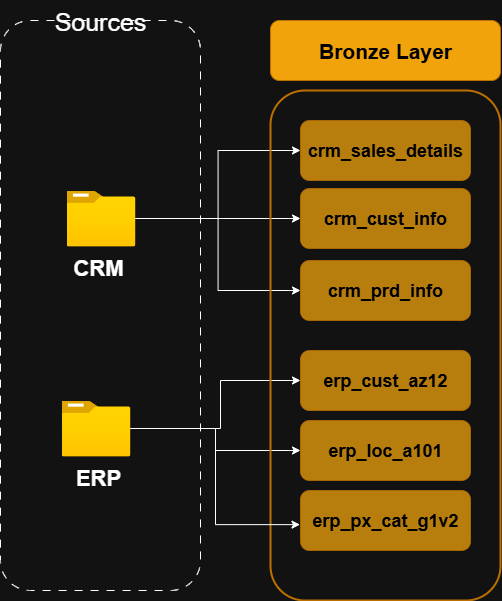
Above: docs/data_flow_chart.png in Jabbott83/sql-data-warehouse-project (draw.io), before the change. Source tidied: cells renumbered, new cells last; positions are measured from the earlier drawing's top-left corner, leaving out a move shared by most shapes. Source of this version:
```xml
<mxGraphModel>
  <root>
    <mxCell id="0" />
    <mxCell id="1" parent="0" />
    <mxCell id="2" style="rounded=1;whiteSpace=wrap;html=1;dashed=1;dashPattern=8 8;fillColor=none;" parent="1" vertex="1">
      <mxGeometry y="20" width="200" height="570" as="geometry" />
    </mxCell>
    <mxCell id="3" value="&lt;font style=&quot;font-size: 25px;&quot;&gt;Sources&lt;/font&gt;" style="text;html=1;align=center;verticalAlign=middle;whiteSpace=wrap;rounded=0;" parent="1" vertex="1">
      <mxGeometry x="45" width="110" height="40" as="geometry" />
    </mxCell>
    <mxCell id="4" style="edgeStyle=orthogonalEdgeStyle;rounded=0;jettySize=auto;html=1;entryX=0;entryY=0.5;entryDx=0;entryDy=0;" parent="1" edge="1" source="7" target="16">
      <mxGeometry relative="1" as="geometry" />
    </mxCell>
    <mxCell id="5" style="edgeStyle=orthogonalEdgeStyle;rounded=0;jettySize=auto;html=1;entryX=0;entryY=0.5;entryDx=0;entryDy=0;" parent="1" edge="1" source="7" target="15">
      <mxGeometry relative="1" as="geometry" />
    </mxCell>
    <mxCell id="6" style="edgeStyle=orthogonalEdgeStyle;rounded=0;jettySize=auto;html=1;entryX=0;entryY=0.5;entryDx=0;entryDy=0;" parent="1" edge="1" source="7" target="17">
      <mxGeometry relative="1" as="geometry" />
    </mxCell>
    <mxCell id="7" style="image;html=1;points=[];align=center;fontSize=12;image=img/lib/azure2/general/Folder_Blank.svg;" parent="1" vertex="1">
      <mxGeometry x="66" y="190" width="69" height="56" as="geometry" />
    </mxCell>
    <mxCell id="8" style="edgeStyle=orthogonalEdgeStyle;rounded=0;jettySize=auto;html=1;entryX=0;entryY=0.5;entryDx=0;entryDy=0;" parent="1" edge="1" source="10" target="18">
      <mxGeometry relative="1" as="geometry">
        <Array as="points">
          <mxPoint x="220" y="428" />
          <mxPoint x="220" y="380" />
        </Array>
      </mxGeometry>
    </mxCell>
    <mxCell id="9" style="edgeStyle=orthogonalEdgeStyle;rounded=0;jettySize=auto;html=1;entryX=0;entryY=0.5;entryDx=0;entryDy=0;" parent="1" edge="1" source="10" target="19">
      <mxGeometry relative="1" as="geometry" />
    </mxCell>
    <mxCell id="10" style="image;html=1;points=[];align=center;fontSize=12;image=img/lib/azure2/general/Folder_Blank.svg;" parent="1" vertex="1">
      <mxGeometry x="61" y="400" width="69" height="56" as="geometry" />
    </mxCell>
    <mxCell id="11" value="&lt;font style=&quot;font-size: 22px;&quot;&gt;&lt;b&gt;CRM&lt;/b&gt;&lt;/font&gt;" style="text;html=1;align=center;verticalAlign=middle;whiteSpace=wrap;rounded=0;" parent="1" vertex="1">
      <mxGeometry x="61" y="246" width="74" height="44" as="geometry" />
    </mxCell>
    <mxCell id="12" value="&lt;font style=&quot;font-size: 22px;&quot;&gt;&lt;b&gt;ERP&lt;/b&gt;&lt;/font&gt;" style="text;html=1;align=center;verticalAlign=middle;whiteSpace=wrap;rounded=0;" parent="1" vertex="1">
      <mxGeometry x="61" y="456" width="74" height="44" as="geometry" />
    </mxCell>
    <mxCell id="13" value="&lt;b&gt;&lt;font style=&quot;font-size: 21px;&quot;&gt;Bronze Layer&lt;/font&gt;&lt;/b&gt;" style="rounded=1;whiteSpace=wrap;html=1;fillColor=#f0a30a;fontColor=#000000;strokeColor=#BD7000;" parent="1" vertex="1">
      <mxGeometry x="270" y="20" width="230" height="60" as="geometry" />
    </mxCell>
    <mxCell id="14" style="rounded=1;whiteSpace=wrap;html=1;fillColor=none;fontColor=#000000;strokeColor=#BD7000;strokeWidth=2;" parent="1" vertex="1">
      <mxGeometry x="270" y="90" width="230" height="510" as="geometry" />
    </mxCell>
    <mxCell id="15" value="&lt;b style=&quot;&quot;&gt;&lt;font style=&quot;font-size: 18px; color: rgb(0, 0, 0);&quot;&gt;crm_sales_details&lt;/font&gt;&lt;/b&gt;" style="rounded=1;whiteSpace=wrap;html=1;fillColor=#f0a30a;fontColor=#000000;strokeColor=#BD7000;fillStyle=auto;opacity=75;" parent="1" vertex="1">
      <mxGeometry x="300" y="120" width="170" height="60" as="geometry" />
    </mxCell>
    <mxCell id="16" value="&lt;font color=&quot;#000000&quot;&gt;&lt;span style=&quot;font-size: 18px;&quot;&gt;&lt;b&gt;crm_cust_info&lt;/b&gt;&lt;/span&gt;&lt;/font&gt;" style="rounded=1;whiteSpace=wrap;html=1;fillColor=#f0a30a;fontColor=#000000;strokeColor=#BD7000;fillStyle=auto;opacity=75;" parent="1" vertex="1">
      <mxGeometry x="300" y="188" width="170" height="60" as="geometry" />
    </mxCell>
    <mxCell id="17" value="&lt;b style=&quot;&quot;&gt;&lt;font style=&quot;font-size: 18px; color: rgb(0, 0, 0);&quot;&gt;crm_prd_info&lt;/font&gt;&lt;/b&gt;" style="rounded=1;whiteSpace=wrap;html=1;fillColor=#f0a30a;fontColor=#000000;strokeColor=#BD7000;fillStyle=auto;opacity=75;" parent="1" vertex="1">
      <mxGeometry x="300" y="260" width="170" height="60" as="geometry" />
    </mxCell>
    <mxCell id="18" value="&lt;b style=&quot;&quot;&gt;&lt;font style=&quot;font-size: 18px; color: rgb(0, 0, 0);&quot;&gt;erp_cust_az12&lt;/font&gt;&lt;/b&gt;" style="rounded=1;whiteSpace=wrap;html=1;fillColor=#f0a30a;fontColor=#000000;strokeColor=#BD7000;fillStyle=auto;opacity=75;" parent="1" vertex="1">
      <mxGeometry x="300" y="350" width="170" height="60" as="geometry" />
    </mxCell>
    <mxCell id="19" value="&lt;b style=&quot;&quot;&gt;&lt;font style=&quot;font-size: 18px; color: rgb(0, 0, 0);&quot;&gt;erp_loc_a101&lt;/font&gt;&lt;/b&gt;" style="rounded=1;whiteSpace=wrap;html=1;fillColor=#f0a30a;fontColor=#000000;strokeColor=#BD7000;fillStyle=auto;opacity=75;" parent="1" vertex="1">
      <mxGeometry x="300" y="420" width="170" height="60" as="geometry" />
    </mxCell>
    <mxCell id="20" value="&lt;b style=&quot;&quot;&gt;&lt;font style=&quot;font-size: 18px; color: rgb(0, 0, 0);&quot;&gt;erp_px_cat_g1v2&lt;/font&gt;&lt;/b&gt;" style="rounded=1;whiteSpace=wrap;html=1;fillColor=#f0a30a;fontColor=#000000;strokeColor=#BD7000;fillStyle=auto;opacity=75;" parent="1" vertex="1">
      <mxGeometry x="300" y="490" width="170" height="60" as="geometry" />
    </mxCell>
    <mxCell id="21" style="edgeStyle=orthogonalEdgeStyle;rounded=0;jettySize=auto;html=1;entryX=-0.003;entryY=0.569;entryDx=0;entryDy=0;entryPerimeter=0;" parent="1" edge="1" source="10" target="20">
      <mxGeometry relative="1" as="geometry" />
    </mxCell>
  </root>
</mxGraphModel>
```
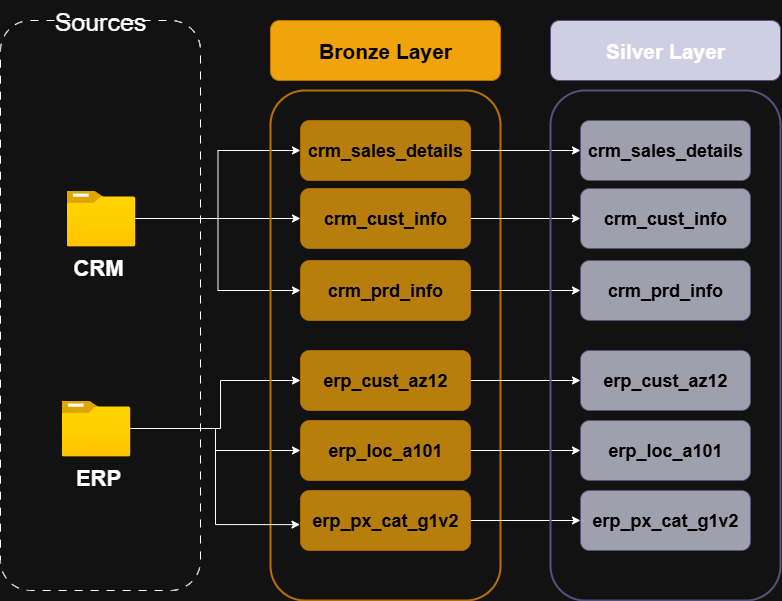
Later version of the same file.

What changed in the source:
```diff
@@ -46,26 +46,68 @@
     <mxCell id="14" style="rounded=1;whiteSpace=wrap;html=1;fillColor=none;fontColor=#000000;strokeColor=#BD7000;strokeWidth=2;" parent="1" vertex="1">
       <mxGeometry x="270" y="90" width="230" height="510" as="geometry" />
     </mxCell>
+    <mxCell id="22" style="edgeStyle=orthogonalEdgeStyle;rounded=0;jettySize=auto;html=1;entryX=0;entryY=0.5;entryDx=0;entryDy=0;" parent="1" edge="1" source="15" target="30">
+      <mxGeometry relative="1" as="geometry" />
+    </mxCell>
     <mxCell id="15" value="&lt;b style=&quot;&quot;&gt;&lt;font style=&quot;font-size: 18px; color: rgb(0, 0, 0);&quot;&gt;crm_sales_details&lt;/font&gt;&lt;/b&gt;" style="rounded=1;whiteSpace=wrap;html=1;fillColor=#f0a30a;fontColor=#000000;strokeColor=#BD7000;fillStyle=auto;opacity=75;" parent="1" vertex="1">
       <mxGeometry x="300" y="120" width="170" height="60" as="geometry" />
     </mxCell>
+    <mxCell id="23" style="edgeStyle=orthogonalEdgeStyle;rounded=0;jettySize=auto;html=1;entryX=0;entryY=0.5;entryDx=0;entryDy=0;" parent="1" edge="1" source="16" target="31">
+      <mxGeometry relative="1" as="geometry" />
+    </mxCell>
     <mxCell id="16" value="&lt;font color=&quot;#000000&quot;&gt;&lt;span style=&quot;font-size: 18px;&quot;&gt;&lt;b&gt;crm_cust_info&lt;/b&gt;&lt;/span&gt;&lt;/font&gt;" style="rounded=1;whiteSpace=wrap;html=1;fillColor=#f0a30a;fontColor=#000000;strokeColor=#BD7000;fillStyle=auto;opacity=75;" parent="1" vertex="1">
       <mxGeometry x="300" y="188" width="170" height="60" as="geometry" />
     </mxCell>
+    <mxCell id="24" style="edgeStyle=orthogonalEdgeStyle;rounded=0;jettySize=auto;html=1;" parent="1" edge="1" source="17" target="32">
+      <mxGeometry relative="1" as="geometry" />
+    </mxCell>
     <mxCell id="17" value="&lt;b style=&quot;&quot;&gt;&lt;font style=&quot;font-size: 18px; color: rgb(0, 0, 0);&quot;&gt;crm_prd_info&lt;/font&gt;&lt;/b&gt;" style="rounded=1;whiteSpace=wrap;html=1;fillColor=#f0a30a;fontColor=#000000;strokeColor=#BD7000;fillStyle=auto;opacity=75;" parent="1" vertex="1">
       <mxGeometry x="300" y="260" width="170" height="60" as="geometry" />
     </mxCell>
+    <mxCell id="25" style="edgeStyle=orthogonalEdgeStyle;rounded=0;jettySize=auto;html=1;entryX=0;entryY=0.5;entryDx=0;entryDy=0;" parent="1" edge="1" source="18" target="33">
+      <mxGeometry relative="1" as="geometry" />
+    </mxCell>
     <mxCell id="18" value="&lt;b style=&quot;&quot;&gt;&lt;font style=&quot;font-size: 18px; color: rgb(0, 0, 0);&quot;&gt;erp_cust_az12&lt;/font&gt;&lt;/b&gt;" style="rounded=1;whiteSpace=wrap;html=1;fillColor=#f0a30a;fontColor=#000000;strokeColor=#BD7000;fillStyle=auto;opacity=75;" parent="1" vertex="1">
       <mxGeometry x="300" y="350" width="170" height="60" as="geometry" />
     </mxCell>
+    <mxCell id="26" style="edgeStyle=orthogonalEdgeStyle;rounded=0;jettySize=auto;html=1;" parent="1" edge="1" source="19" target="34">
+      <mxGeometry relative="1" as="geometry" />
+    </mxCell>
     <mxCell id="19" value="&lt;b style=&quot;&quot;&gt;&lt;font style=&quot;font-size: 18px; color: rgb(0, 0, 0);&quot;&gt;erp_loc_a101&lt;/font&gt;&lt;/b&gt;" style="rounded=1;whiteSpace=wrap;html=1;fillColor=#f0a30a;fontColor=#000000;strokeColor=#BD7000;fillStyle=auto;opacity=75;" parent="1" vertex="1">
       <mxGeometry x="300" y="420" width="170" height="60" as="geometry" />
     </mxCell>
+    <mxCell id="27" style="edgeStyle=orthogonalEdgeStyle;rounded=0;jettySize=auto;html=1;entryX=0;entryY=0.5;entryDx=0;entryDy=0;" parent="1" edge="1" source="20" target="35">
+      <mxGeometry relative="1" as="geometry" />
+    </mxCell>
     <mxCell id="20" value="&lt;b style=&quot;&quot;&gt;&lt;font style=&quot;font-size: 18px; color: rgb(0, 0, 0);&quot;&gt;erp_px_cat_g1v2&lt;/font&gt;&lt;/b&gt;" style="rounded=1;whiteSpace=wrap;html=1;fillColor=#f0a30a;fontColor=#000000;strokeColor=#BD7000;fillStyle=auto;opacity=75;" parent="1" vertex="1">
       <mxGeometry x="300" y="490" width="170" height="60" as="geometry" />
     </mxCell>
     <mxCell id="21" style="edgeStyle=orthogonalEdgeStyle;rounded=0;jettySize=auto;html=1;entryX=-0.003;entryY=0.569;entryDx=0;entryDy=0;entryPerimeter=0;" parent="1" edge="1" source="10" target="20">
       <mxGeometry relative="1" as="geometry" />
     </mxCell>
+    <mxCell id="28" value="&lt;b&gt;&lt;font style=&quot;font-size: 21px;&quot;&gt;Silver Layer&lt;/font&gt;&lt;/b&gt;" style="rounded=1;whiteSpace=wrap;html=1;fillColor=#d0cee2;strokeColor=#56517e;" parent="1" vertex="1">
+      <mxGeometry x="550" y="20" width="230" height="60" as="geometry" />
+    </mxCell>
+    <mxCell id="29" style="rounded=1;whiteSpace=wrap;html=1;fillColor=none;strokeColor=#56517e;strokeWidth=2;" parent="1" vertex="1">
+      <mxGeometry x="550" y="90" width="230" height="510" as="geometry" />
+    </mxCell>
+    <mxCell id="30" value="&lt;b style=&quot;&quot;&gt;&lt;font style=&quot;font-size: 18px; color: rgb(0, 0, 0);&quot;&gt;crm_sales_details&lt;/font&gt;&lt;/b&gt;" style="rounded=1;whiteSpace=wrap;html=1;fillColor=#d0cee2;strokeColor=#56517e;fillStyle=auto;opacity=75;" parent="1" vertex="1">
+      <mxGeometry x="580" y="120" width="170" height="60" as="geometry" />
+    </mxCell>
+    <mxCell id="31" value="&lt;font color=&quot;#000000&quot;&gt;&lt;span style=&quot;font-size: 18px;&quot;&gt;&lt;b&gt;crm_cust_info&lt;/b&gt;&lt;/span&gt;&lt;/font&gt;" style="rounded=1;whiteSpace=wrap;html=1;fillColor=#d0cee2;strokeColor=#56517e;fillStyle=auto;opacity=75;" parent="1" vertex="1">
+      <mxGeometry x="580" y="188" width="170" height="60" as="geometry" />
+    </mxCell>
+    <mxCell id="32" value="&lt;b style=&quot;&quot;&gt;&lt;font style=&quot;font-size: 18px; color: rgb(0, 0, 0);&quot;&gt;crm_prd_info&lt;/font&gt;&lt;/b&gt;" style="rounded=1;whiteSpace=wrap;html=1;fillColor=#d0cee2;strokeColor=#56517e;fillStyle=auto;opacity=75;" parent="1" vertex="1">
+      <mxGeometry x="580" y="260" width="170" height="60" as="geometry" />
+    </mxCell>
+    <mxCell id="33" value="&lt;b style=&quot;&quot;&gt;&lt;font style=&quot;font-size: 18px; color: rgb(0, 0, 0);&quot;&gt;erp_cust_az12&lt;/font&gt;&lt;/b&gt;" style="rounded=1;whiteSpace=wrap;html=1;fillColor=#d0cee2;strokeColor=#56517e;fillStyle=auto;opacity=75;" parent="1" vertex="1">
+      <mxGeometry x="580" y="350" width="170" height="60" as="geometry" />
+    </mxCell>
+    <mxCell id="34" value="&lt;b style=&quot;&quot;&gt;&lt;font style=&quot;font-size: 18px; color: rgb(0, 0, 0);&quot;&gt;erp_loc_a101&lt;/font&gt;&lt;/b&gt;" style="rounded=1;whiteSpace=wrap;html=1;fillColor=#d0cee2;strokeColor=#56517e;fillStyle=auto;opacity=75;" parent="1" vertex="1">
+      <mxGeometry x="580" y="420" width="170" height="60" as="geometry" />
+    </mxCell>
+    <mxCell id="35" value="&lt;b style=&quot;&quot;&gt;&lt;font style=&quot;font-size: 18px; color: rgb(0, 0, 0);&quot;&gt;erp_px_cat_g1v2&lt;/font&gt;&lt;/b&gt;" style="rounded=1;whiteSpace=wrap;html=1;fillColor=#d0cee2;strokeColor=#56517e;fillStyle=auto;opacity=75;" parent="1" vertex="1">
+      <mxGeometry x="580" y="490" width="170" height="60" as="geometry" />
+    </mxCell>
   </root>
 </mxGraphModel>
```
